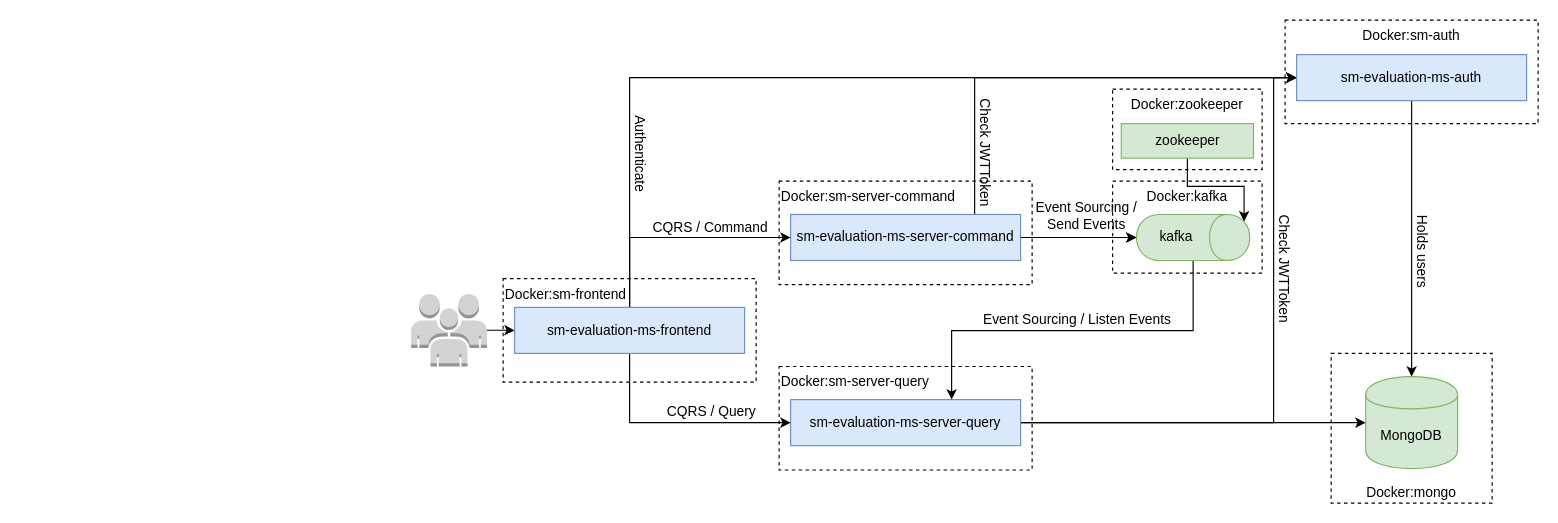
Before: page "Architecture Diagram" (1 of 2) of architecture.drawio in sebastian-misiewicz/sm-evaluation-microservices, a draw.io diagram. Source tidied: cells renumbered, new cells numbered last; positions are measured from the earlier drawing's top-left corner, leaving out a move shared by most shapes. Both pictures are drawn from the tidied source at 115%, with x=0, y=0 at pixel (411, 20).
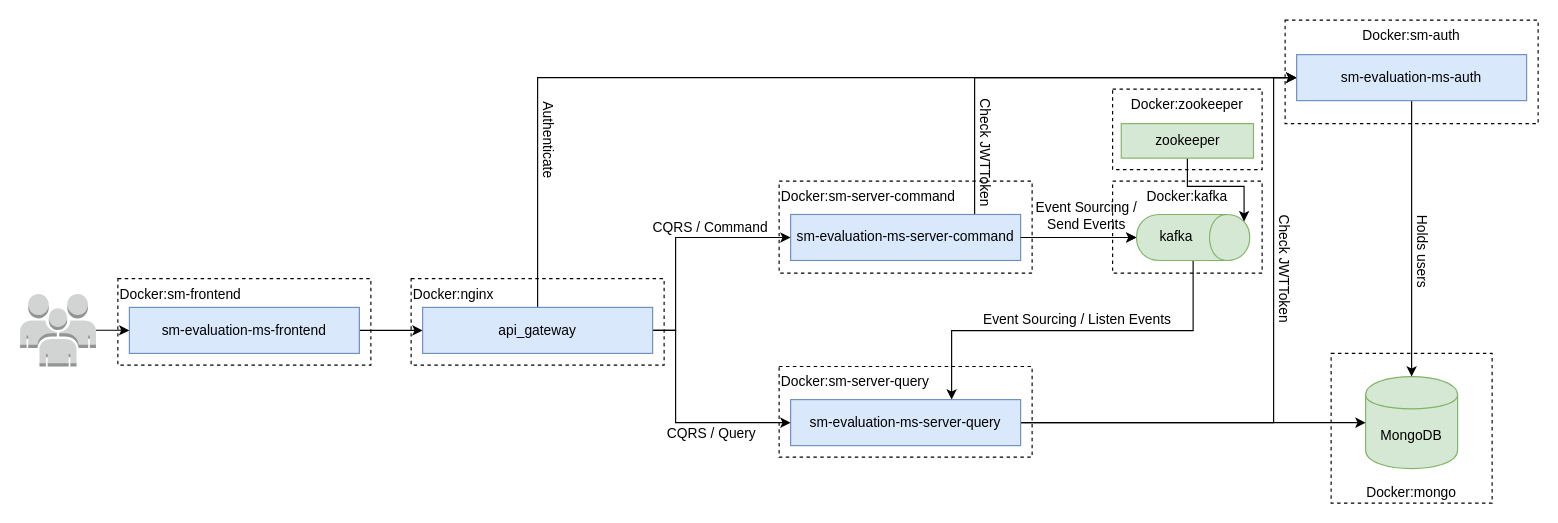
Above is the later version.

Commit message (it also covers changes not shown here):
Implement API Gateway using nginx

The change refers to these unchanged cells:
```xml
<mxCell id="12" value="sm-evaluation-ms-server-command" style="rounded=0;whiteSpace=wrap;html=1;fillColor=#dae8fc;strokeColor=#6c8ebf;" parent="1" vertex="1">
  <mxGeometry x="330" y="169" width="200" height="40" as="geometry" />
</mxCell>
<mxCell id="16" value="sm-evaluation-ms-server-query" style="rounded=0;whiteSpace=wrap;html=1;fillColor=#dae8fc;strokeColor=#6c8ebf;" parent="1" vertex="1">
  <mxGeometry x="330" y="330" width="200" height="40" as="geometry" />
</mxCell>
<mxCell id="28" value="sm-evaluation-ms-auth" style="rounded=0;whiteSpace=wrap;html=1;fillColor=#dae8fc;strokeColor=#6c8ebf;" parent="1" vertex="1">
  <mxGeometry x="770" y="30" width="200" height="40" as="geometry" />
</mxCell>
```

Diff of the diagram source:
```diff
@@
+    <mxCell id="37" value="Docker:nginx" style="rounded=0;whiteSpace=wrap;html=1;dashed=1;verticalAlign=top;align=left;" parent="1" vertex="1">
+      <mxGeometry y="224.8" width="220" height="75.2" as="geometry" />
+    </mxCell>
@@
     <mxCell id="3" value="Docker:sm-frontend" style="rounded=0;whiteSpace=wrap;html=1;dashed=1;verticalAlign=top;align=left;" parent="1" vertex="1">
-      <mxGeometry x="80" y="224.8" width="220" height="90" as="geometry" />
+      <mxGeometry x="-255" y="224.8" width="220" height="75.2" as="geometry" />
     </mxCell>
     <mxCell id="4" value="Docker:sm-server-query" style="rounded=0;whiteSpace=wrap;html=1;dashed=1;verticalAlign=top;align=left;" parent="1" vertex="1">
-      <mxGeometry x="320" y="301.2" width="220" height="90" as="geometry" />
+      <mxGeometry x="320" y="301.2" width="220" height="78.8" as="geometry" />
     </mxCell>
     <mxCell id="5" value="Docker:sm-server-command" style="rounded=0;whiteSpace=wrap;html=1;dashed=1;verticalAlign=top;align=left;" parent="1" vertex="1">
-      <mxGeometry x="320" y="140" width="220" height="90" as="geometry" />
+      <mxGeometry x="320" y="140" width="220" height="80" as="geometry" />
     </mxCell>
@@
-    <mxCell id="17" style="edgeStyle=orthogonalEdgeStyle;rounded=0;jettySize=auto;html=1;entryX=0;entryY=0.5;entryDx=0;entryDy=0;exitX=0.5;exitY=0;exitDx=0;exitDy=0;" parent="1" edge="1" source="25" target="12">
+    <mxCell id="17" style="edgeStyle=orthogonalEdgeStyle;rounded=0;jettySize=auto;html=1;entryX=0;entryY=0.5;entryDx=0;entryDy=0;exitX=1;exitY=0.5;exitDx=0;exitDy=0;" parent="1" edge="1" source="39" target="12">
       <mxGeometry relative="1" as="geometry">
         <Array as="points">
-          <mxPoint x="190" y="189" />
+          <mxPoint x="230" y="270" />
+          <mxPoint x="230" y="189" />
         </Array>
       </mxGeometry>
     </mxCell>
@@
-    <mxCell id="19" style="edgeStyle=orthogonalEdgeStyle;rounded=0;jettySize=auto;html=1;entryX=0;entryY=0.5;entryDx=0;entryDy=0;exitX=0.5;exitY=1;exitDx=0;exitDy=0;" parent="1" edge="1" source="25" target="16">
+    <mxCell id="19" style="edgeStyle=orthogonalEdgeStyle;rounded=0;jettySize=auto;html=1;entryX=0;entryY=0.5;entryDx=0;entryDy=0;exitX=1;exitY=0.5;exitDx=0;exitDy=0;" parent="1" edge="1" source="39" target="16">
       <mxGeometry relative="1" as="geometry">
         <Array as="points">
-          <mxPoint x="190" y="350" />
+          <mxPoint x="230" y="270" />
+          <mxPoint x="230" y="350" />
         </Array>
       </mxGeometry>
     </mxCell>
     <mxCell id="20" value="CQRS / Query" style="text;html=1;align=center;verticalAlign=middle;" parent="19" vertex="1">
       <mxGeometry x="-0.43" y="34" relative="1" as="geometry">
-        <mxPoint x="36" y="-6.8" as="offset" />
+        <mxPoint x="-4" y="53" as="offset" />
       </mxGeometry>
     </mxCell>
@@
     <mxCell id="22" style="outlineConnect=0;dashed=0;verticalLabelPosition=bottom;verticalAlign=top;align=center;html=1;shape=mxgraph.aws3.users;fillColor=#D2D3D3;gradientColor=none;" parent="1" vertex="1">
-      <mxGeometry y="238.2" width="66" height="63" as="geometry" />
+      <mxGeometry x="-340" y="238.2" width="66" height="63" as="geometry" />
     </mxCell>
-    <mxCell id="23" style="edgeStyle=orthogonalEdgeStyle;rounded=0;jettySize=auto;html=1;exitX=0.5;exitY=0;exitDx=0;exitDy=0;entryX=0;entryY=0.5;entryDx=0;entryDy=0;" parent="1" edge="1" source="25" target="28">
-      <mxGeometry relative="1" as="geometry" />
+    <mxCell id="23" style="edgeStyle=orthogonalEdgeStyle;rounded=0;jettySize=auto;html=1;exitX=0.5;exitY=0;exitDx=0;exitDy=0;entryX=0;entryY=0.5;entryDx=0;entryDy=0;" parent="1" edge="1" source="39" target="28">
+      <mxGeometry relative="1" as="geometry">
+        <Array as="points">
+          <mxPoint x="110" y="50" />
+        </Array>
+      </mxGeometry>
     </mxCell>
@@
+    <mxCell id="38" style="edgeStyle=orthogonalEdgeStyle;rounded=0;jettySize=auto;html=1;fontSize=10;" parent="1" edge="1" source="25" target="39">
+      <mxGeometry relative="1" as="geometry" />
+    </mxCell>
     <mxCell id="25" value="sm-evaluation-ms-frontend" style="rounded=0;whiteSpace=wrap;html=1;fillColor=#dae8fc;strokeColor=#6c8ebf;" parent="1" vertex="1">
-      <mxGeometry x="90" y="249.8" width="200" height="40" as="geometry" />
+      <mxGeometry x="-245" y="249.8" width="200" height="40" as="geometry" />
     </mxCell>
@@
+    <mxCell id="39" value="api_gateway" style="rounded=0;whiteSpace=wrap;html=1;fillColor=#dae8fc;strokeColor=#6c8ebf;" parent="1" vertex="1">
+      <mxGeometry x="10" y="249.8" width="200" height="40" as="geometry" />
+    </mxCell>
```
